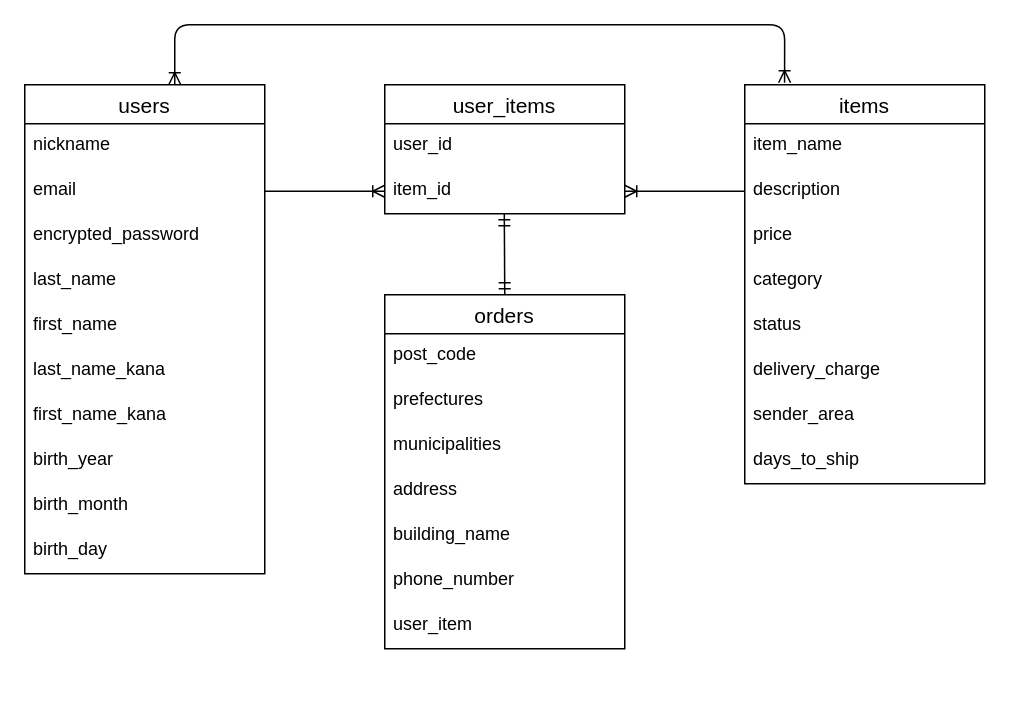
The draw.io diagram er.dio in chiya76/furima-38087, before the edit. Source tidied: cells renumbered, new cells numbered last; positions are measured from the earlier drawing's top-left corner, leaving out a move shared by most shapes. Both pictures are drawn from the tidied source at 150%, with x=0, y=0 at pixel (24, 24).
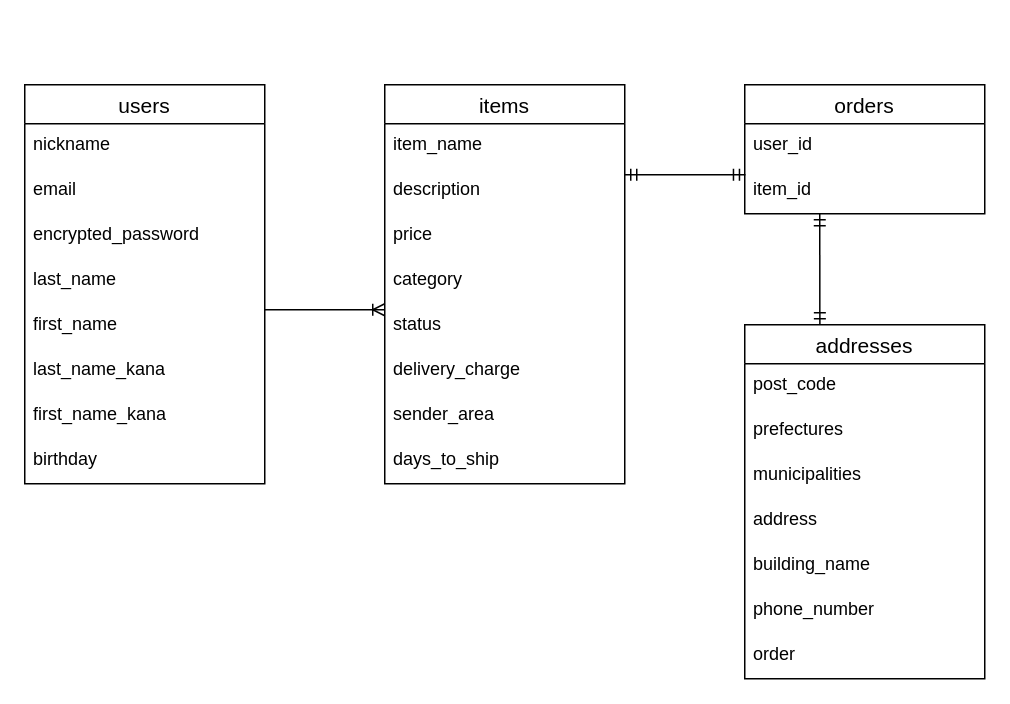
The same diagram, later.

Commit message (it also covers changes not shown here):
ER図・READMEの修正3

The change refers to these unchanged cells:
```xml
<mxCell id="4" value="email" style="text;strokeColor=none;fillColor=none;spacingLeft=4;spacingRight=4;overflow=hidden;points=[[0,0.5],[1,0.5]];portConstraint=eastwest;fontSize=12;rounded=0;" parent="2" vertex="1">
  <mxGeometry y="56" width="160" height="30" as="geometry" />
</mxCell>
<mxCell id="15" value="description" style="text;strokeColor=none;fillColor=none;spacingLeft=4;spacingRight=4;overflow=hidden;points=[[0,0.5],[1,0.5]];portConstraint=eastwest;fontSize=12;rounded=0;" parent="13" vertex="1">
  <mxGeometry y="56" width="160" height="30" as="geometry" />
</mxCell>
<mxCell id="34" value="item_id" style="text;strokeColor=none;fillColor=none;spacingLeft=4;spacingRight=4;overflow=hidden;points=[[0,0.5],[1,0.5]];portConstraint=eastwest;fontSize=12;rounded=0;" parent="32" vertex="1">
  <mxGeometry y="56" width="160" height="30" as="geometry" />
</mxCell>
```

What changed in the source:
```diff
@@
     <mxCell id="2" value="users" style="swimlane;fontStyle=0;horizontal=1;startSize=26;align=center;fontSize=14;rounded=0;" parent="1" vertex="1">
-      <mxGeometry y="40" width="160" height="326" as="geometry" />
+      <mxGeometry y="40" width="160" height="266" as="geometry" />
     </mxCell>
@@
-    <mxCell id="10" value="birth_year" style="text;strokeColor=none;fillColor=none;spacingLeft=4;spacingRight=4;overflow=hidden;fontSize=12;rounded=0;" parent="2" vertex="1">
+    <mxCell id="10" value="birthday" style="text;strokeColor=none;fillColor=none;spacingLeft=4;spacingRight=4;overflow=hidden;fontSize=12;rounded=0;" parent="2" vertex="1">
       <mxGeometry y="236" width="160" height="30" as="geometry" />
     </mxCell>
-    <mxCell id="11" value="birth_month" style="text;strokeColor=none;fillColor=none;spacingLeft=4;spacingRight=4;overflow=hidden;fontSize=12;rounded=0;" parent="2" vertex="1">
-      <mxGeometry y="266" width="160" height="30" as="geometry" />
-    </mxCell>
-    <mxCell id="12" value="birth_day" style="text;strokeColor=none;fillColor=none;spacingLeft=4;spacingRight=4;overflow=hidden;fontSize=12;rounded=0;" parent="2" vertex="1">
-      <mxGeometry y="296" width="160" height="30" as="geometry" />
-    </mxCell>
     <mxCell id="13" value="items" style="swimlane;fontStyle=0;horizontal=1;startSize=26;align=center;fontSize=14;rounded=0;" parent="1" vertex="1">
-      <mxGeometry x="480" y="40" width="160" height="266" as="geometry" />
+      <mxGeometry x="240" y="40" width="160" height="266" as="geometry" />
     </mxCell>
@@
-    <mxCell id="22" value="orders" style="swimlane;fontStyle=0;horizontal=1;startSize=26;align=center;fontSize=14;rounded=0;" parent="1" vertex="1">
-      <mxGeometry x="240" y="180" width="160" height="236" as="geometry" />
+    <mxCell id="22" value="addresses" style="swimlane;fontStyle=0;horizontal=1;startSize=26;align=center;fontSize=14;rounded=0;" parent="1" vertex="1">
+      <mxGeometry x="480" y="200" width="160" height="236" as="geometry" />
     </mxCell>
-    <mxCell id="23" style="fontSize=12;html=1;endArrow=ERmandOne;startArrow=ERmandOne;" parent="22" edge="1">
-      <mxGeometry relative="1" as="geometry">
-        <mxPoint x="80" as="sourcePoint" />
-        <mxPoint x="79.7" y="-54" as="targetPoint" />
-      </mxGeometry>
-    </mxCell>
@@
-    <mxCell id="30" value="user_item" style="text;strokeColor=none;fillColor=none;spacingLeft=4;spacingRight=4;overflow=hidden;fontSize=12;rounded=0;" parent="22" vertex="1">
+    <mxCell id="30" value="order" style="text;strokeColor=none;fillColor=none;spacingLeft=4;spacingRight=4;overflow=hidden;fontSize=12;rounded=0;" parent="22" vertex="1">
       <mxGeometry y="206" width="160" height="30" as="geometry" />
     </mxCell>
-    <mxCell id="31" style="edgeStyle=entityRelationEdgeStyle;fontSize=12;html=1;endArrow=ERoneToMany;entryX=0;entryY=0.5;entryDx=0;entryDy=0;exitX=1;exitY=0.5;exitDx=0;exitDy=0;rounded=0;" parent="1" edge="1" source="4" target="34">
-      <mxGeometry relative="1" as="geometry" />
-    </mxCell>
-    <mxCell id="32" value="user_items" style="swimlane;fontStyle=0;horizontal=1;startSize=26;align=center;fontSize=14;rounded=0;" parent="1" vertex="1">
-      <mxGeometry x="240" y="40" width="160" height="86" as="geometry" />
+    <mxCell id="32" value="orders" style="swimlane;fontStyle=0;horizontal=1;startSize=26;align=center;fontSize=14;rounded=0;" parent="1" vertex="1">
+      <mxGeometry x="480" y="40" width="160" height="86" as="geometry" />
     </mxCell>
@@
-    <mxCell id="35" style="edgeStyle=entityRelationEdgeStyle;fontSize=12;html=1;endArrow=ERoneToMany;exitX=0;exitY=0.5;exitDx=0;exitDy=0;rounded=0;" parent="1" edge="1" source="15" target="34">
-      <mxGeometry relative="1" as="geometry" />
-    </mxCell>
-    <mxCell id="36" style="edgeStyle=orthogonalEdgeStyle;fontSize=12;html=1;endArrow=ERoneToMany;startArrow=ERoneToMany;rounded=1;labelBackgroundColor=default;fontFamily=Helvetica;fontColor=default;strokeColor=default;shape=connector;elbow=vertical;entryX=0.166;entryY=-0.005;entryDx=0;entryDy=0;entryPerimeter=0;" parent="1" edge="1" target="13">
-      <mxGeometry relative="1" as="geometry">
-        <mxPoint x="100" y="40" as="sourcePoint" />
-        <Array as="points">
-          <mxPoint x="100" />
-          <mxPoint x="507" />
-        </Array>
-      </mxGeometry>
-    </mxCell>
+    <mxCell id="37" style="edgeStyle=entityRelationEdgeStyle;fontSize=12;html=1;endArrow=ERoneToMany;rounded=1;labelBackgroundColor=default;fontFamily=Helvetica;fontColor=default;strokeColor=default;shape=connector;elbow=vertical;" parent="1" edge="1">
+      <mxGeometry relative="1" as="geometry">
+        <mxPoint x="160" y="190" as="sourcePoint" />
+        <mxPoint x="240" y="190" as="targetPoint" />
+      </mxGeometry>
+    </mxCell>
+    <mxCell id="38" style="edgeStyle=entityRelationEdgeStyle;fontSize=12;html=1;endArrow=ERmandOne;startArrow=ERmandOne;rounded=1;labelBackgroundColor=default;fontFamily=Helvetica;fontColor=default;strokeColor=default;shape=connector;elbow=vertical;entryX=0.003;entryY=0.133;entryDx=0;entryDy=0;entryPerimeter=0;" parent="1" edge="1" target="34">
+      <mxGeometry relative="1" as="geometry">
+        <mxPoint x="400" y="100" as="sourcePoint" />
+      </mxGeometry>
+    </mxCell>
+    <mxCell id="39" style="fontSize=12;html=1;endArrow=ERmandOne;startArrow=ERmandOne;rounded=1;labelBackgroundColor=default;fontFamily=Helvetica;fontColor=default;strokeColor=default;shape=connector;elbow=vertical;exitX=0.313;exitY=0;exitDx=0;exitDy=0;exitPerimeter=0;" parent="1" edge="1" source="22">
+      <mxGeometry relative="1" as="geometry">
+        <mxPoint x="530" y="126" as="targetPoint" />
+      </mxGeometry>
+    </mxCell>
```
